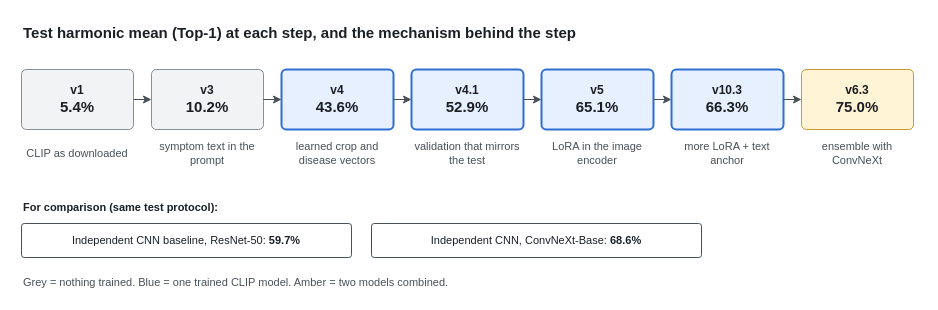
Before: docs/vlm/diagrams/breakdown/fig11_progress.drawio in Suerfine/Out-Of-Distribution-Plant-Disease-Identification, a draw.io diagram. Source tidied: cells renumbered, new cells numbered last; positions are measured from the earlier drawing's top-left corner, leaving out a move shared by most shapes. Both pictures are drawn from the tidied source at 100%, with x=0, y=0 at pixel (17, 17).
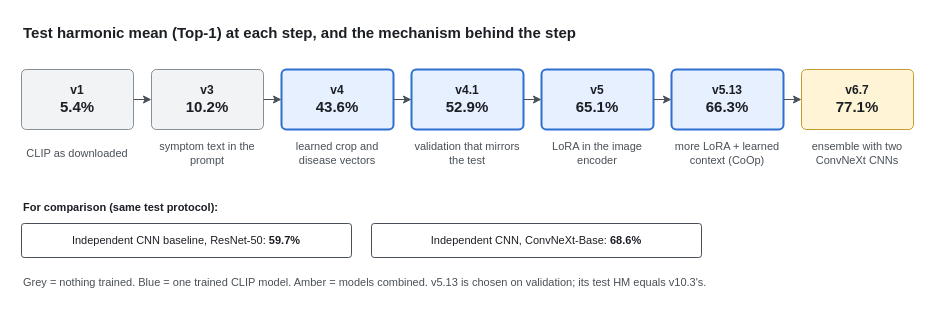
The same page after the edit.

The edit, as a diff of the source:
```diff
@@
-    <mxCell id="17" value="&lt;b&gt;v10.3&lt;/b&gt;&lt;br&gt;&lt;font style=&quot;font-size:15px&quot;&gt;&lt;b&gt;66.3%&lt;/b&gt;&lt;/font&gt;" style="rounded=1;arcSize=8;whiteSpace=wrap;html=1;fontFamily=Helvetica;fontSize=12;fontColor=#1B1F24;fillColor=#E7F0FF;strokeColor=#2F6FD0;strokeWidth=2;" parent="1" vertex="1">
+    <mxCell id="17" value="&lt;b&gt;v5.13&lt;/b&gt;&lt;br&gt;&lt;font style=&quot;font-size:15px&quot;&gt;&lt;b&gt;66.3%&lt;/b&gt;&lt;/font&gt;" style="rounded=1;arcSize=8;whiteSpace=wrap;html=1;fontFamily=Helvetica;fontSize=12;fontColor=#1B1F24;fillColor=#E7F0FF;strokeColor=#2F6FD0;strokeWidth=2;" parent="1" vertex="1">
       <mxGeometry x="654" y="52" width="112" height="60" as="geometry" />
     </mxCell>
-    <mxCell id="18" value="more LoRA + text anchor" style="text;html=1;whiteSpace=wrap;verticalAlign=middle;fontFamily=Helvetica;fontSize=12;fontColor=#1B1F24;fontSize=11;align=center;fontColor=#495057;" parent="1" vertex="1">
+    <mxCell id="18" value="more LoRA + learned context (CoOp)" style="text;html=1;whiteSpace=wrap;verticalAlign=middle;fontFamily=Helvetica;fontSize=12;fontColor=#1B1F24;fontSize=11;align=center;fontColor=#495057;" parent="1" vertex="1">
       <mxGeometry x="650" y="116" width="120" height="40" as="geometry" />
     </mxCell>
@@
-    <mxCell id="20" value="&lt;b&gt;v6.3&lt;/b&gt;&lt;br&gt;&lt;font style=&quot;font-size:15px&quot;&gt;&lt;b&gt;75.0%&lt;/b&gt;&lt;/font&gt;" style="rounded=1;arcSize=8;whiteSpace=wrap;html=1;fontFamily=Helvetica;fontSize=12;fontColor=#1B1F24;fillColor=#FFF4D6;strokeColor=#C99A2E;" parent="1" vertex="1">
+    <mxCell id="20" value="&lt;b&gt;v6.7&lt;/b&gt;&lt;br&gt;&lt;font style=&quot;font-size:15px&quot;&gt;&lt;b&gt;77.1%&lt;/b&gt;&lt;/font&gt;" style="rounded=1;arcSize=8;whiteSpace=wrap;html=1;fontFamily=Helvetica;fontSize=12;fontColor=#1B1F24;fillColor=#FFF4D6;strokeColor=#C99A2E;" parent="1" vertex="1">
       <mxGeometry x="784" y="52" width="112" height="60" as="geometry" />
     </mxCell>
-    <mxCell id="21" value="ensemble with ConvNeXt" style="text;html=1;whiteSpace=wrap;verticalAlign=middle;fontFamily=Helvetica;fontSize=12;fontColor=#1B1F24;fontSize=11;align=center;fontColor=#495057;" parent="1" vertex="1">
+    <mxCell id="21" value="ensemble with two ConvNeXt CNNs" style="text;html=1;whiteSpace=wrap;verticalAlign=middle;fontFamily=Helvetica;fontSize=12;fontColor=#1B1F24;fontSize=11;align=center;fontColor=#495057;" parent="1" vertex="1">
       <mxGeometry x="780" y="116" width="120" height="40" as="geometry" />
     </mxCell>
@@
-    <mxCell id="26" value="Grey = nothing trained. Blue = one trained CLIP model. Amber = two models combined." style="text;html=1;whiteSpace=wrap;verticalAlign=middle;fontFamily=Helvetica;fontSize=12;fontColor=#1B1F24;fontSize=11;align=left;fontColor=#495057;" parent="1" vertex="1">
+    <mxCell id="26" value="Grey = nothing trained. Blue = one trained CLIP model. Amber = models combined. v5.13 is chosen on validation; its test HM equals v10.3's." style="text;html=1;whiteSpace=wrap;verticalAlign=middle;fontFamily=Helvetica;fontSize=12;fontColor=#1B1F24;fontSize=11;align=left;fontColor=#495057;" parent="1" vertex="1">
       <mxGeometry x="4" y="254" width="900" height="22" as="geometry" />
     </mxCell>
```
